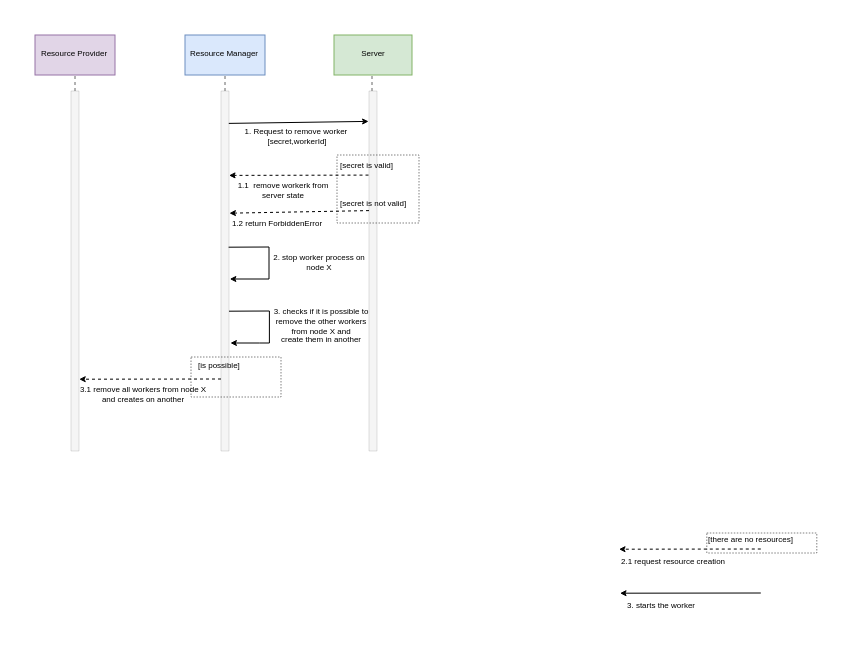
This is page "RESOURCE REMOVAL" (6 of 6) of Untitled Diagram.drawio from viniciusbds/diagrams, a draw.io file, before an edit. Source tidied: cells renumbered, new cells numbered last; positions are measured from the earlier drawing's top-left corner, leaving out a move shared by most shapes. Both pictures are drawn from the tidied source at 200%, with x=0, y=0 at pixel (34, 34).
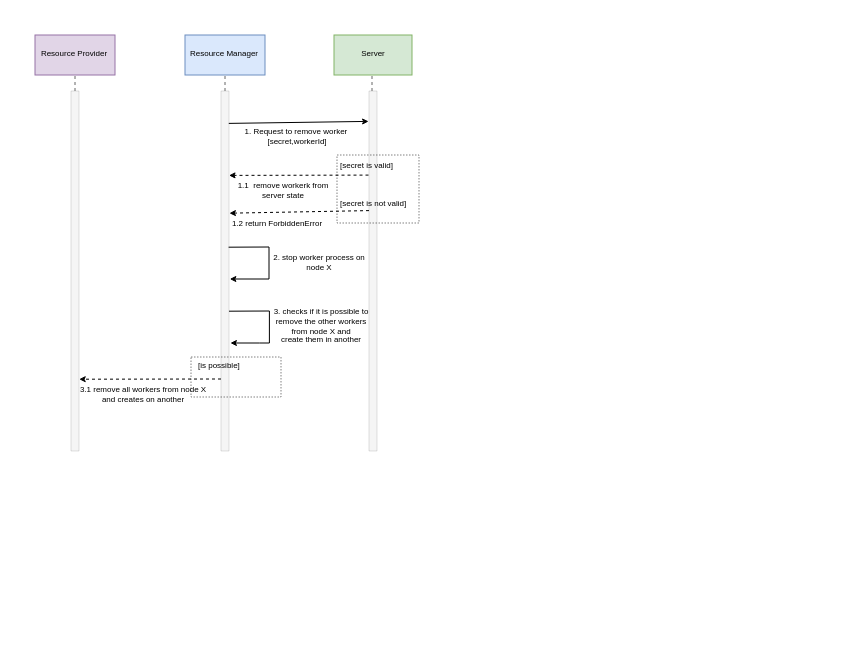
Above is the later version.

Change to the diagram source:
```diff
@@
-    <mxCell id="19" style="rounded=0;whiteSpace=wrap;html=1;shadow=0;glass=0;dashed=1;sketch=0;fontSize=4;fontColor=#000000;strokeWidth=0.25;gradientColor=none;fillColor=none;" parent="1" vertex="1">
-      <mxGeometry x="335.9" y="249" width="55" height="10" as="geometry" />
-    </mxCell>
-    <mxCell id="20" style="endArrow=classic;html=1;rounded=0;fontSize=4;fontColor=#000000;endSize=2;strokeWidth=0.5;exitX=0.001;exitY=0.173;exitDx=0;exitDy=0;exitPerimeter=0;dashed=1;entryX=1.013;entryY=0.546;entryDx=0;entryDy=0;entryPerimeter=0;" parent="1" edge="1">
-      <mxGeometry relative="1" as="geometry">
-        <mxPoint x="362.9" y="257" as="sourcePoint" />
-        <mxPoint x="292" y="257.1" as="targetPoint" />
-      </mxGeometry>
-    </mxCell>
-    <mxCell id="21" value="2.1 request resource creation" style="edgeLabel;html=1;align=center;verticalAlign=middle;fontSize=4;fontColor=#000000;" parent="20" vertex="1">
-      <mxGeometry x="0.76" relative="1" as="geometry">
-        <mxPoint x="18" y="6" as="offset" />
-      </mxGeometry>
-    </mxCell>
-    <mxCell id="22" value="[there are no resources]" style="text;html=1;strokeColor=none;fillColor=none;align=left;verticalAlign=middle;whiteSpace=wrap;rounded=0;shadow=0;glass=0;dashed=1;sketch=0;fontSize=4;fontColor=#000000;" parent="1" vertex="1">
-      <mxGeometry x="334.9" y="248" width="45" height="10" as="geometry" />
-    </mxCell>
-    <mxCell id="23" style="endArrow=classic;html=1;rounded=0;fontSize=6;fontColor=#FFFFFF;strokeWidth=0.5;exitX=0.991;exitY=0.069;exitDx=0;exitDy=0;exitPerimeter=0;entryX=1.058;entryY=0.364;entryDx=0;entryDy=0;entryPerimeter=0;endSize=2;" parent="1" edge="1">
-      <mxGeometry relative="1" as="geometry">
-        <mxPoint x="362.9" y="279" as="sourcePoint" />
-        <mxPoint x="292.5" y="279.1" as="targetPoint" />
-      </mxGeometry>
-    </mxCell>
-    <mxCell id="24" value="3. starts the worker" style="edgeLabel;html=1;align=center;verticalAlign=middle;fontSize=4;fontColor=#000000;" parent="23" vertex="1">
-      <mxGeometry x="0.12" relative="1" as="geometry">
-        <mxPoint x="-11" y="6" as="offset" />
-      </mxGeometry>
-    </mxCell>
```
